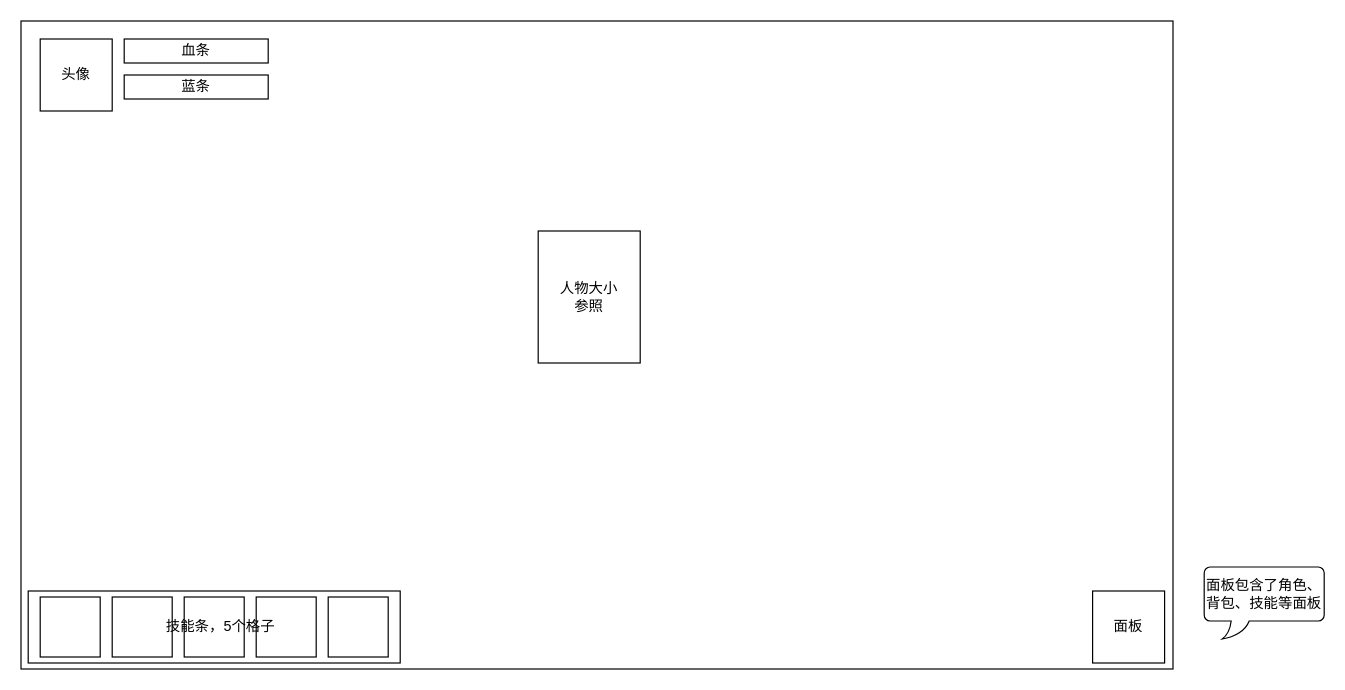
ssw940521/archerBackend keeps this draw.io diagram as ui_design.drawio. Above is the earlier version. Source tidied: cells renumbered, new cells numbered last; positions are measured from the earlier drawing's top-left corner, leaving out a move shared by most shapes. Both pictures are drawn from the tidied source at 120%, with x=0, y=0 at pixel (20, 20).
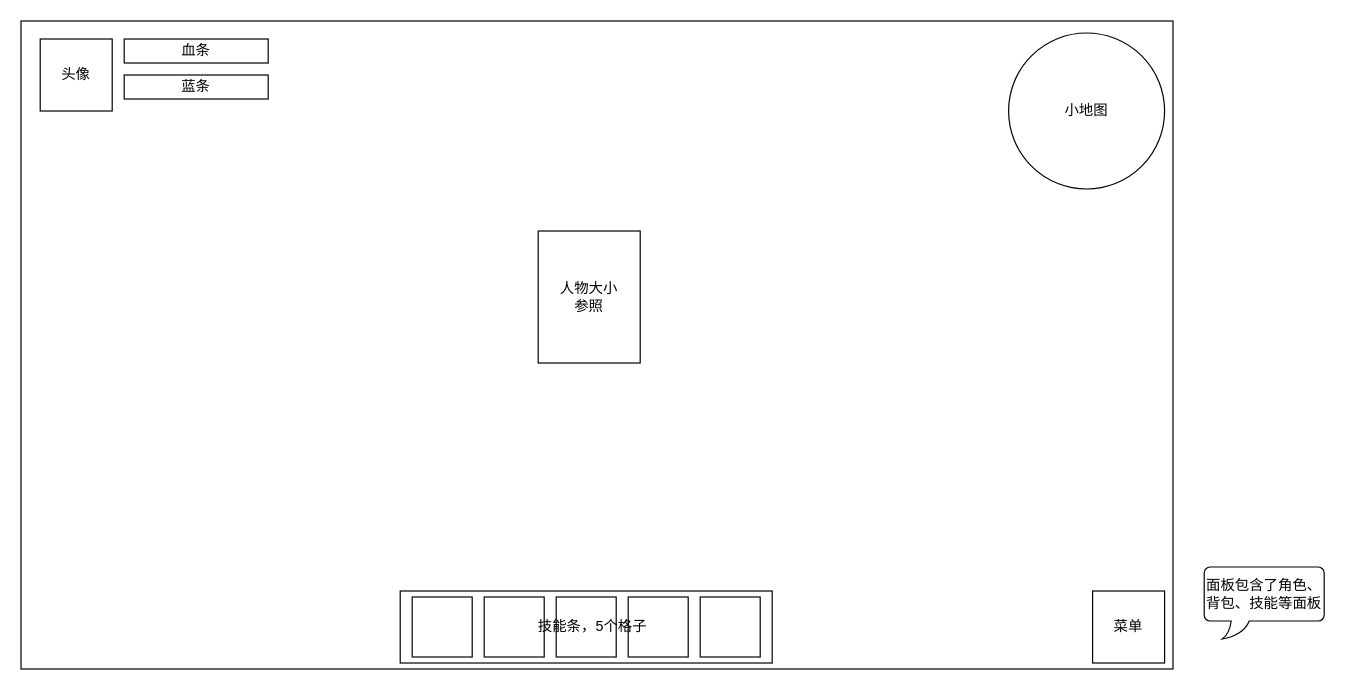
After the change.

The edit, as a diff of the source:
```diff
@@
-    <mxCell id="11" value="面板" style="rounded=0;whiteSpace=wrap;html=1;fillColor=none;" parent="1" vertex="1">
+    <mxCell id="11" value="菜单" style="rounded=0;whiteSpace=wrap;html=1;fillColor=none;" parent="1" vertex="1">
       <mxGeometry x="893" y="475" width="60" height="60" as="geometry" />
     </mxCell>
@@
     <mxCell id="13" style="group;" parent="1" vertex="1">
-      <mxGeometry x="16" y="475" width="310" height="60" as="geometry" />
+      <mxGeometry x="326" y="475" width="310" height="60" as="geometry" />
     </mxCell>
@@
+    <mxCell id="22" value="小地图" style="ellipse;whiteSpace=wrap;html=1;" parent="1" vertex="1">
+      <mxGeometry x="823" y="10" width="130" height="130" as="geometry" />
+    </mxCell>
```
